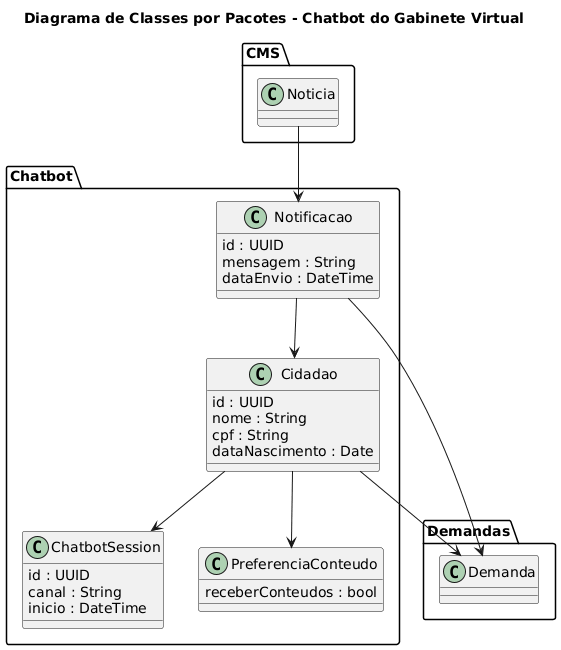
Before: Artefatos/Classe/Chatbot.png, a diagram exported from PlantUML (ICEI-PUC-Minas-PPLES-TI/plf-es-2025-2-tcci-0393100-dev-bernardo-biondini).
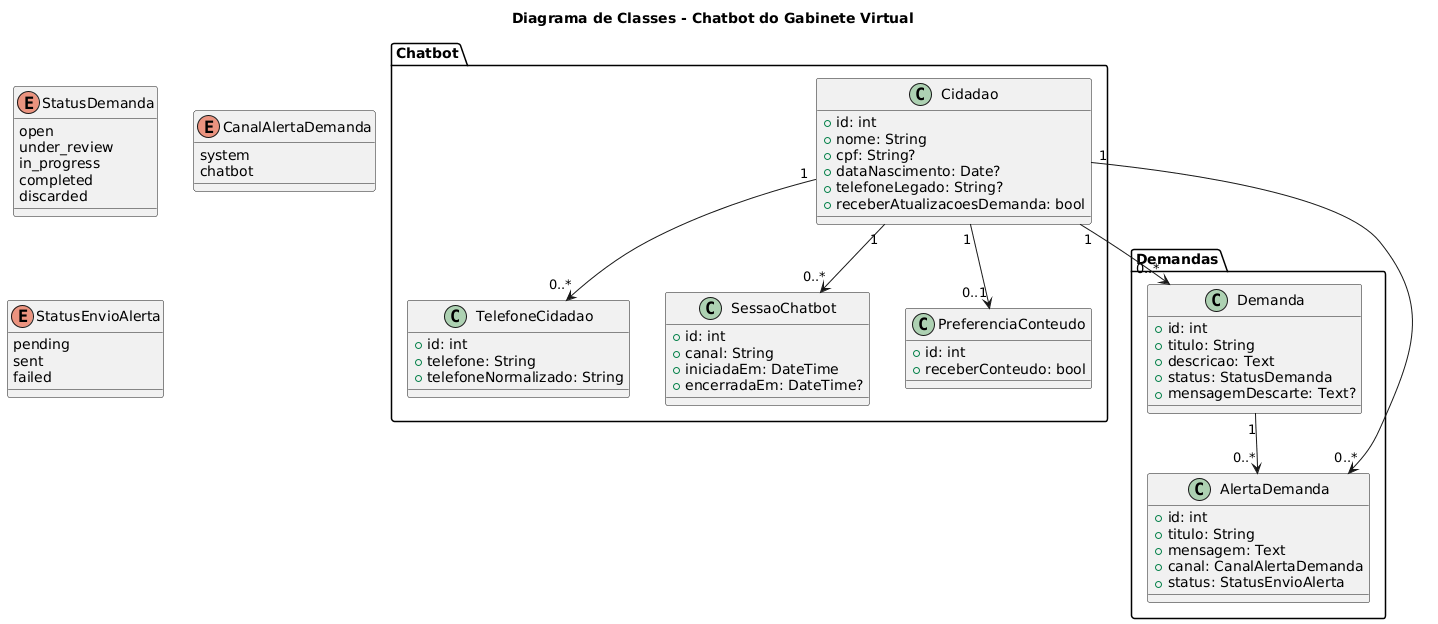
The same file after the commit.

What changed in the source:
```diff
@@ -1,43 +1,76 @@
 @startuml
-title Diagrama de Classes por Pacotes - Chatbot do Gabinete Virtual
+title Diagrama de Classes - Chatbot do Gabinete Virtual
 
 package "Chatbot" {
-  class ChatbotSession {
-    id : UUID
-    canal : String
-    inicio : DateTime
+  class Cidadao {
+    +id: int
+    +nome: String
+    +cpf: String?
+    +dataNascimento: Date?
+    +telefoneLegado: String?
+    +receberAtualizacoesDemanda: bool
   }
 
-  class Cidadao {
-    id : UUID
-    nome : String
-    cpf : String
-    dataNascimento : Date
+  class TelefoneCidadao {
+    +id: int
+    +telefone: String
+    +telefoneNormalizado: String
+  }
+
+  class SessaoChatbot {
+    +id: int
+    +canal: String
+    +iniciadaEm: DateTime
+    +encerradaEm: DateTime?
   }
 
   class PreferenciaConteudo {
-    receberConteudos : bool
-  }
-
-  class Notificacao {
-    id : UUID
-    mensagem : String
-    dataEnvio : DateTime
+    +id: int
+    +receberConteudo: bool
   }
 }
 
 package "Demandas" {
-  class Demanda
+  class Demanda {
+    +id: int
+    +titulo: String
+    +descricao: Text
+    +status: StatusDemanda
+    +mensagemDescarte: Text?
+  }
+
+  class AlertaDemanda {
+    +id: int
+    +titulo: String
+    +mensagem: Text
+    +canal: CanalAlertaDemanda
+    +status: StatusEnvioAlerta
+  }
 }
 
-package "CMS" {
-  class Noticia
+Cidadao "1" --> "0..*" TelefoneCidadao
+Cidadao "1" --> "0..*" SessaoChatbot
+Cidadao "1" --> "0..1" PreferenciaConteudo
+Cidadao "1" --> "0..*" Demanda
+Cidadao "1" --> "0..*" AlertaDemanda
+Demanda "1" --> "0..*" AlertaDemanda
+
+enum StatusDemanda {
+  open
+  under_review
+  in_progress
+  completed
+  discarded
 }
 
-Cidadao --> ChatbotSession
-Cidadao --> PreferenciaConteudo
-Cidadao --> Demanda
-Notificacao --> Demanda
-Notificacao --> Cidadao
-Noticia --> Notificacao
+enum CanalAlertaDemanda {
+  system
+  chatbot
+}
+
+enum StatusEnvioAlerta {
+  pending
+  sent
+  failed
+}
 @enduml
```
